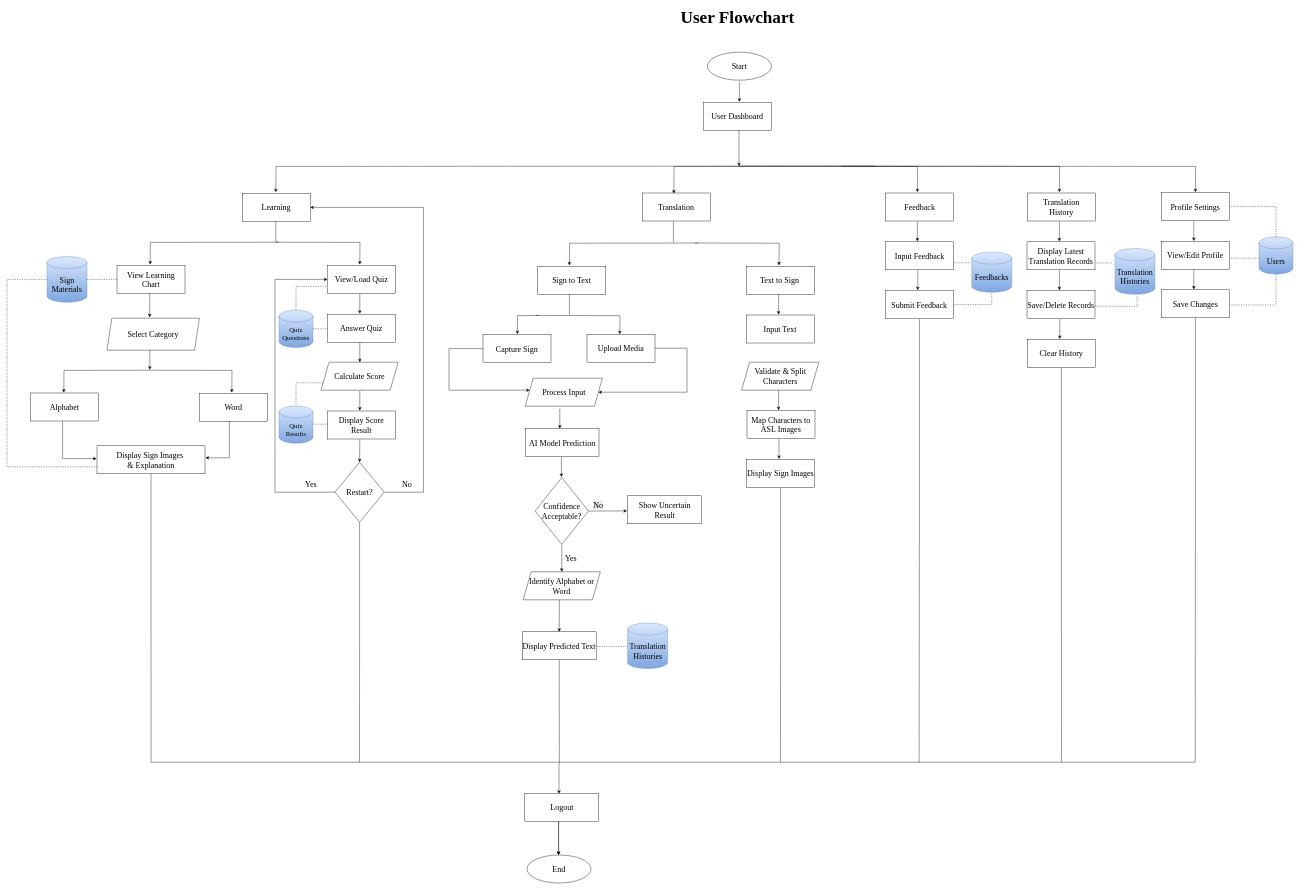
This is Diagrams/Flowchart/User_Flowchart(AI).drawio from JiminaShiko/ASLT, a draw.io file, before an edit. Source tidied: cells renumbered, new cells numbered last; positions are measured from the earlier drawing's top-left corner, leaving out a move shared by most shapes. Both pictures are drawn from the tidied source at 40%, with x=0, y=0 at pixel (7, 9).
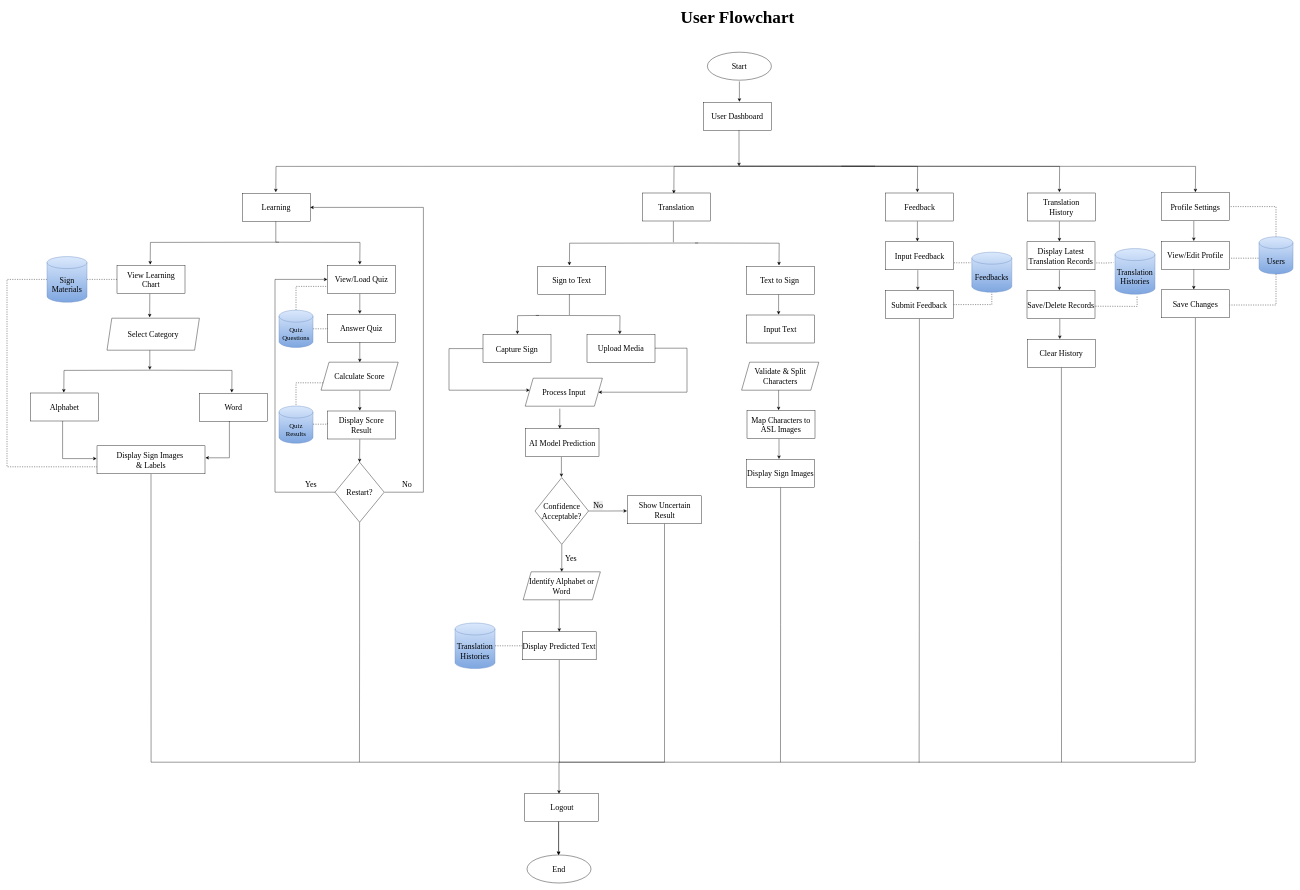
The same diagram, later.

The change refers to these unchanged cells:
```xml
<mxCell id="80" value="&lt;font style=&quot;font-size: 20px;&quot;&gt;Display Predicted Text&lt;/font&gt;" style="rounded=0;whiteSpace=wrap;html=1;fillColor=#ffffff;strokeColor=#000000;fontSize=12;fontFamily=Times New Roman;" parent="1" vertex="1">
  <mxGeometry x="1288.4" y="1556" width="184.5" height="70" as="geometry" />
</mxCell>
<mxCell id="81" value="&lt;font style=&quot;font-size: 20px;&quot;&gt;Show Uncertain Result&lt;/font&gt;" style="rounded=0;whiteSpace=wrap;html=1;fillColor=#ffffff;strokeColor=#000000;fontSize=12;fontFamily=Times New Roman;" parent="1" vertex="1">
  <mxGeometry x="1551.5" y="1216" width="184.5" height="70" as="geometry" />
</mxCell>
```

What changed in the source:
```diff
@@
-    <mxCell id="67" value="&lt;font style=&quot;font-size: 20px;&quot;&gt;Display Sign Images&amp;nbsp;&lt;/font&gt;&lt;div&gt;&lt;font style=&quot;font-size: 20px;&quot;&gt;&amp;amp; Explanation&lt;/font&gt;&lt;/div&gt;" style="rounded=0;whiteSpace=wrap;html=1;fillColor=#ffffff;strokeColor=#000000;fontSize=12;fontFamily=Times New Roman;" parent="1" vertex="1">
+    <mxCell id="67" value="&lt;font style=&quot;font-size: 20px;&quot;&gt;Display Sign Images&amp;nbsp;&lt;/font&gt;&lt;div&gt;&lt;font style=&quot;font-size: 20px;&quot;&gt;&amp;amp; Labels&lt;/font&gt;&lt;/div&gt;" style="rounded=0;whiteSpace=wrap;html=1;fillColor=#ffffff;strokeColor=#000000;fontSize=12;fontFamily=Times New Roman;" parent="1" vertex="1">
       <mxGeometry x="225" y="1091" width="270" height="70" as="geometry" />
     </mxCell>
@@
     <mxCell id="122" value="&lt;font style=&quot;font-size: 20px;&quot;&gt;Translation Histories&lt;/font&gt;" style="shape=cylinder3;whiteSpace=wrap;html=1;boundedLbl=1;backgroundOutline=1;size=15;strokeColor=#6c8ebf;fillColor=#dae8fc;fontSize=10;gradientColor=#7EA6E0;fontFamily=Times New Roman;" parent="1" vertex="1">
-      <mxGeometry x="1551.5" y="1534" width="100" height="114" as="geometry" />
+      <mxGeometry x="1120" y="1534" width="100" height="114" as="geometry" />
     </mxCell>
-    <mxCell id="123" style="edgeStyle=orthogonalEdgeStyle;rounded=0;orthogonalLoop=1;jettySize=auto;html=1;exitX=1;exitY=0.75;exitDx=0;exitDy=0;defaultLabelBackgroundColor=page;endArrow=none;endFill=0;dashed=1;" parent="1" edge="1">
-      <mxGeometry x="-0.43" relative="1" as="geometry">
-        <mxPoint x="1474" y="1592.7" as="sourcePoint" />
-        <mxPoint x="1550" y="1592" as="targetPoint" />
-      </mxGeometry>
+    <mxCell id="123" style="edgeStyle=orthogonalEdgeStyle;rounded=0;jettySize=auto;html=1;exitX=1;exitY=0.5;exitDx=0;exitDy=0;defaultLabelBackgroundColor=page;endArrow=none;endFill=0;dashed=1;entryX=0;entryY=0.5;entryDx=0;entryDy=0;exitPerimeter=0;" parent="1" edge="1" source="122" target="80">
+      <mxGeometry x="-0.66" relative="1" as="geometry" />
     </mxCell>
+    <mxCell id="124" style="edgeStyle=orthogonalEdgeStyle;rounded=0;jettySize=auto;html=1;exitX=0.5;exitY=1;exitDx=0;exitDy=0;defaultLabelBackgroundColor=page;endArrow=none;endFill=0;" parent="1" edge="1" source="81">
+      <mxGeometry x="0.4" relative="1" as="geometry">
+        <mxPoint x="1380" y="1882" as="targetPoint" />
+        <Array as="points">
+          <mxPoint x="1643.8" y="1882" />
+        </Array>
+      </mxGeometry>
+    </mxCell>
```
